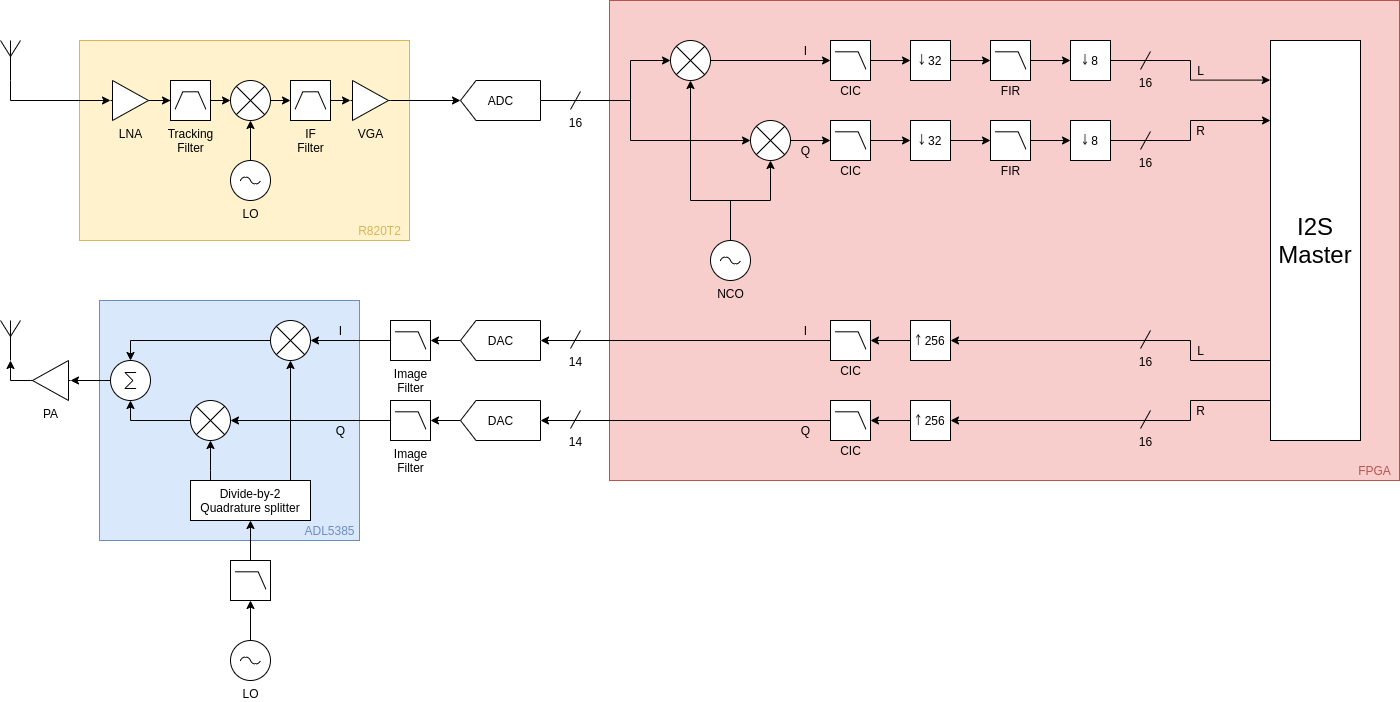
Earlier version of the draw.io export docs/block-diagram.png (vankxr/icyradio). Source tidied: cells renumbered, new cells last; positions are measured from the earlier drawing's top-left corner, leaving out a move shared by most shapes.
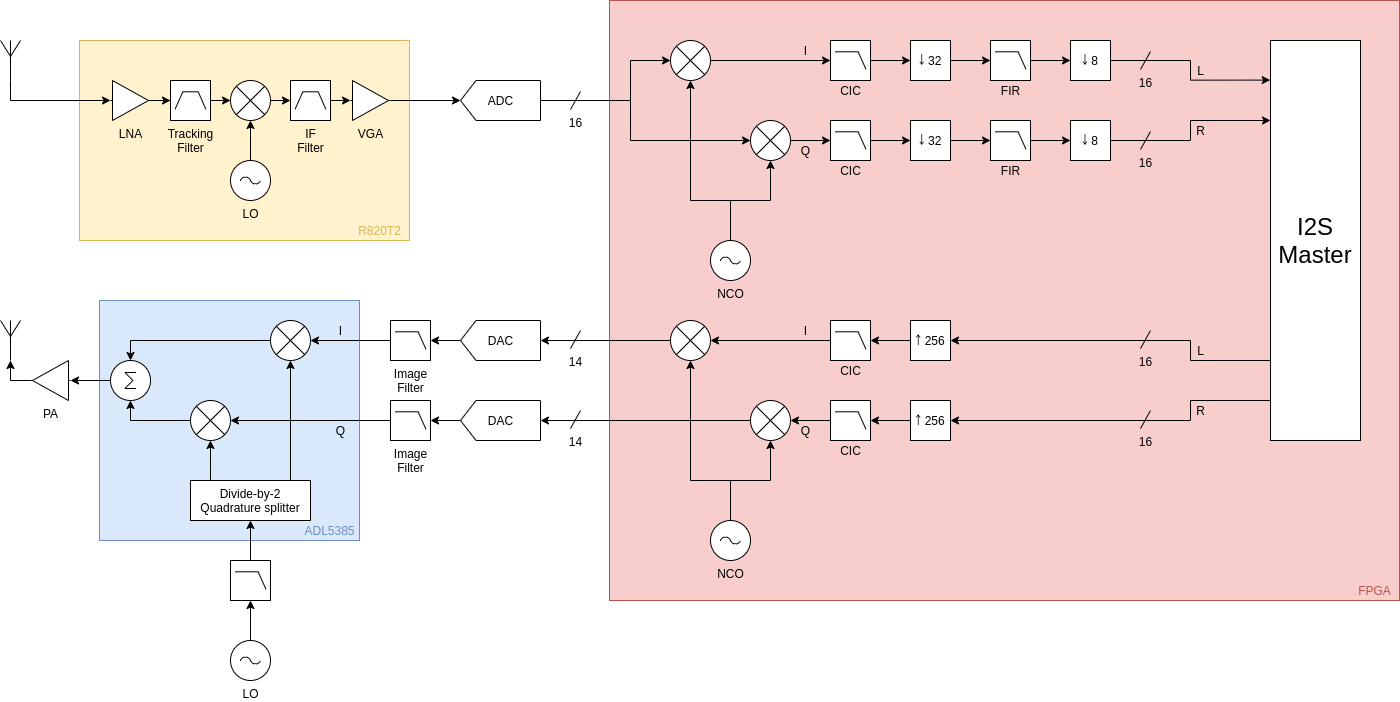
Above is the later version.

Commit message:
Fix HDL typo Update block diagram

Change to the diagram source:
```diff
@@ -9,7 +9,7 @@
       <mxGeometry x="79" y="40" width="330" height="200" as="geometry" />
     </mxCell>
     <mxCell id="4" style="rounded=0;whiteSpace=wrap;html=1;shadow=0;dashed=0;fillColor=#f8cecc;strokeColor=#b85450;" parent="1" vertex="1">
-      <mxGeometry x="609" width="790" height="480" as="geometry" />
+      <mxGeometry x="609" width="790" height="600" as="geometry" />
     </mxCell>
     <mxCell id="5" style="edgeStyle=orthogonalEdgeStyle;rounded=0;jettySize=auto;html=1;exitX=0.5;exitY=1;exitDx=0;exitDy=0;exitPerimeter=0;" parent="1" edge="1" source="6" target="8">
       <mxGeometry relative="1" as="geometry" />
@@ -297,15 +297,15 @@
     <mxCell id="88" value="FIR" style="text;html=1;align=center;verticalAlign=middle;" parent="1" vertex="1">
       <mxGeometry x="995" y="160" width="30" height="20" as="geometry" />
     </mxCell>
-    <mxCell id="89" style="edgeStyle=orthogonalEdgeStyle;rounded=0;jettySize=auto;html=1;entryX=0;entryY=0.5;entryDx=0;entryDy=0;entryPerimeter=0;" parent="1" edge="1" source="90" target="54">
-      <mxGeometry relative="1" as="geometry" />
-    </mxCell>
+    <mxCell id="106" style="edgeStyle=orthogonalEdgeStyle;rounded=0;jettySize=auto;html=1;entryX=1;entryY=0.5;entryDx=0;entryDy=0;entryPerimeter=0;" parent="1" edge="1" source="90" target="114">
+      <mxGeometry relative="1" as="geometry" />
+    </mxCell>
     <mxCell id="90" style="verticalLabelPosition=bottom;shadow=0;dashed=0;align=center;html=1;verticalAlign=top;shape=mxgraph.electrical.logic_gates.lowpass_filter;" parent="1" vertex="1">
       <mxGeometry x="830" y="320" width="40" height="40" as="geometry" />
     </mxCell>
-    <mxCell id="91" style="edgeStyle=orthogonalEdgeStyle;rounded=0;jettySize=auto;html=1;entryX=0;entryY=0.5;entryDx=0;entryDy=0;entryPerimeter=0;" parent="1" edge="1" source="92" target="56">
-      <mxGeometry relative="1" as="geometry" />
-    </mxCell>
+    <mxCell id="107" style="edgeStyle=orthogonalEdgeStyle;rounded=0;jettySize=auto;html=1;entryX=1;entryY=0.5;entryDx=0;entryDy=0;entryPerimeter=0;" parent="1" edge="1" source="92" target="109">
+      <mxGeometry relative="1" as="geometry" />
+    </mxCell>
     <mxCell id="92" style="verticalLabelPosition=bottom;shadow=0;dashed=0;align=center;html=1;verticalAlign=top;shape=mxgraph.electrical.logic_gates.lowpass_filter;" parent="1" vertex="1">
       <mxGeometry x="830" y="400" width="40" height="40" as="geometry" />
     </mxCell>
@@ -340,7 +340,7 @@
       <mxGeometry x="230" y="560" width="40" height="40" as="geometry" />
     </mxCell>
     <mxCell id="103" value="&lt;font color=&quot;#b85450&quot;&gt;FPGA&lt;/font&gt;" style="text;html=1;align=center;verticalAlign=middle;" parent="1" vertex="1">
-      <mxGeometry x="1349" y="460" width="50" height="20" as="geometry" />
+      <mxGeometry x="1349" y="580" width="50" height="20" as="geometry" />
     </mxCell>
     <mxCell id="104" value="&lt;font color=&quot;#d6b656&quot;&gt;R820T2&lt;/font&gt;" style="text;html=1;align=center;verticalAlign=middle;" parent="1" vertex="1">
       <mxGeometry x="349" y="220" width="60" height="20" as="geometry" />
@@ -348,5 +348,31 @@
     <mxCell id="105" value="&lt;font color=&quot;#6c8ebf&quot;&gt;ADL5385&lt;/font&gt;" style="text;html=1;align=center;verticalAlign=middle;" parent="1" vertex="1">
       <mxGeometry x="294" y="520" width="70" height="20" as="geometry" />
     </mxCell>
+    <mxCell id="108" style="edgeStyle=orthogonalEdgeStyle;rounded=0;jettySize=auto;html=1;entryX=0;entryY=0.5;entryDx=0;entryDy=0;entryPerimeter=0;" parent="1" edge="1" source="109" target="56">
+      <mxGeometry relative="1" as="geometry" />
+    </mxCell>
+    <mxCell id="109" style="verticalLabelPosition=bottom;shadow=0;dashed=0;align=center;html=1;verticalAlign=top;shape=mxgraph.electrical.abstract.multiplier;" parent="1" vertex="1">
+      <mxGeometry x="750" y="400" width="40" height="40" as="geometry" />
+    </mxCell>
+    <mxCell id="110" style="edgeStyle=orthogonalEdgeStyle;rounded=0;jettySize=auto;html=1;entryX=0.5;entryY=1;entryDx=0;entryDy=0;entryPerimeter=0;" parent="1" edge="1" source="112" target="109">
+      <mxGeometry relative="1" as="geometry" />
+    </mxCell>
+    <mxCell id="111" style="edgeStyle=orthogonalEdgeStyle;rounded=0;jettySize=auto;html=1;entryX=0.5;entryY=1;entryDx=0;entryDy=0;entryPerimeter=0;" parent="1" edge="1" source="112" target="114">
+      <mxGeometry relative="1" as="geometry">
+        <Array as="points">
+          <mxPoint x="730" y="480" />
+          <mxPoint x="690" y="480" />
+        </Array>
+      </mxGeometry>
+    </mxCell>
+    <mxCell id="112" value="NCO" style="verticalLabelPosition=bottom;shadow=0;dashed=0;align=center;html=1;verticalAlign=top;shape=mxgraph.electrical.signal_sources.ac_source;" parent="1" vertex="1">
+      <mxGeometry x="710" y="520" width="40" height="40" as="geometry" />
+    </mxCell>
+    <mxCell id="113" style="edgeStyle=orthogonalEdgeStyle;rounded=0;jettySize=auto;html=1;entryX=0;entryY=0.5;entryDx=0;entryDy=0;entryPerimeter=0;" parent="1" edge="1" source="114" target="54">
+      <mxGeometry relative="1" as="geometry" />
+    </mxCell>
+    <mxCell id="114" style="verticalLabelPosition=bottom;shadow=0;dashed=0;align=center;html=1;verticalAlign=top;shape=mxgraph.electrical.abstract.multiplier;" parent="1" vertex="1">
+      <mxGeometry x="670" y="320" width="40" height="40" as="geometry" />
+    </mxCell>
   </root>
 </mxGraphModel>
```
